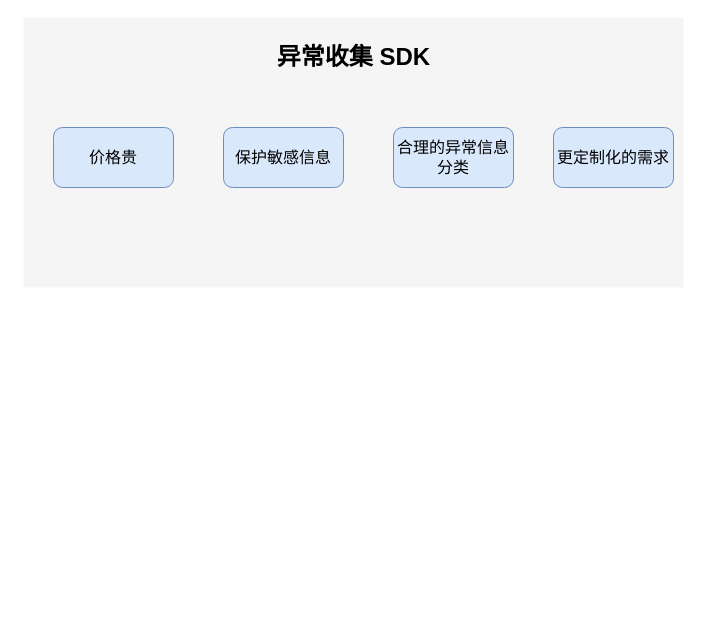
Above: 111.drawio in hottaiger/gitTest (draw.io), before the change. Source tidied: cells renumbered, new cells numbered last; positions are measured from the earlier drawing's top-left corner, leaving out a move shared by most shapes. Both pictures are drawn from the tidied source at 100%, with x=0, y=0 at pixel (23, 17).
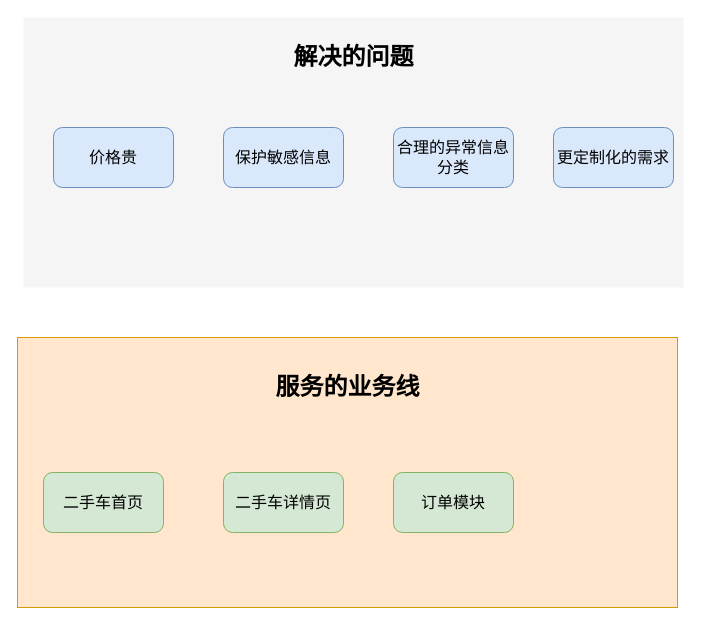
The same page after the edit.

The edit, as a diff of the source:
```diff
@@
 <mxGraphModel>
   <root>
     <mxCell id="0" />
     <mxCell id="1" parent="0" />
+    <mxCell id="8" style="rounded=0;whiteSpace=wrap;html=1;fontSize=16;fillColor=#ffe6cc;strokeColor=#d79b00;" parent="1" vertex="1">
+      <mxGeometry x="-6" y="320" width="660" height="270" as="geometry" />
+    </mxCell>
     <mxCell id="2" style="rounded=0;whiteSpace=wrap;html=1;fontSize=16;fillColor=#f5f5f5;fontColor=#333333;strokeColor=none;" parent="1" vertex="1">
       <mxGeometry width="660" height="270" as="geometry" />
     </mxCell>
     <mxCell id="3" value="价格贵" style="rounded=1;whiteSpace=wrap;html=1;fillColor=#dae8fc;strokeColor=#6c8ebf;fontSize=16;" parent="1" vertex="1">
       <mxGeometry x="30" y="110" width="120" height="60" as="geometry" />
     </mxCell>
     <mxCell id="4" value="保护敏感信息" style="rounded=1;whiteSpace=wrap;html=1;fillColor=#dae8fc;strokeColor=#6c8ebf;fontSize=16;" parent="1" vertex="1">
       <mxGeometry x="200" y="110" width="120" height="60" as="geometry" />
     </mxCell>
     <mxCell id="5" value="合理的异常信息分类" style="rounded=1;whiteSpace=wrap;html=1;fillColor=#dae8fc;strokeColor=#6c8ebf;fontSize=16;" parent="1" vertex="1">
       <mxGeometry x="370" y="110" width="120" height="60" as="geometry" />
     </mxCell>
     <mxCell id="6" value="更定制化的需求" style="rounded=1;whiteSpace=wrap;html=1;fillColor=#dae8fc;strokeColor=#6c8ebf;fontSize=16;" parent="1" vertex="1">
       <mxGeometry x="530" y="110" width="120" height="60" as="geometry" />
     </mxCell>
-    <mxCell id="7" value="异常收集 SDK" style="text;strokeColor=none;fillColor=none;html=1;fontSize=24;fontStyle=1;verticalAlign=middle;align=center;" parent="1" vertex="1">
+    <mxCell id="7" value="解决的问题" style="text;strokeColor=none;fillColor=none;html=1;fontSize=24;fontStyle=1;verticalAlign=middle;align=center;" parent="1" vertex="1">
       <mxGeometry x="280" y="20" width="100" height="40" as="geometry" />
     </mxCell>
+    <mxCell id="9" value="二手车首页" style="rounded=1;whiteSpace=wrap;html=1;fontSize=16;fillColor=#d5e8d4;strokeColor=#82b366;" parent="1" vertex="1">
+      <mxGeometry x="20" y="455" width="120" height="60" as="geometry" />
+    </mxCell>
+    <mxCell id="10" value="二手车详情页" style="rounded=1;whiteSpace=wrap;html=1;fontSize=16;fillColor=#d5e8d4;strokeColor=#82b366;" parent="1" vertex="1">
+      <mxGeometry x="200" y="455" width="120" height="60" as="geometry" />
+    </mxCell>
+    <mxCell id="11" value="订单模块" style="rounded=1;whiteSpace=wrap;html=1;fontSize=16;fillColor=#d5e8d4;strokeColor=#82b366;" parent="1" vertex="1">
+      <mxGeometry x="370" y="455" width="120" height="60" as="geometry" />
+    </mxCell>
+    <mxCell id="12" value="服务的业务线" style="text;strokeColor=none;fillColor=none;html=1;fontSize=24;fontStyle=1;verticalAlign=middle;align=center;" parent="1" vertex="1">
+      <mxGeometry x="274" y="350" width="100" height="40" as="geometry" />
+    </mxCell>
   </root>
 </mxGraphModel>
```
